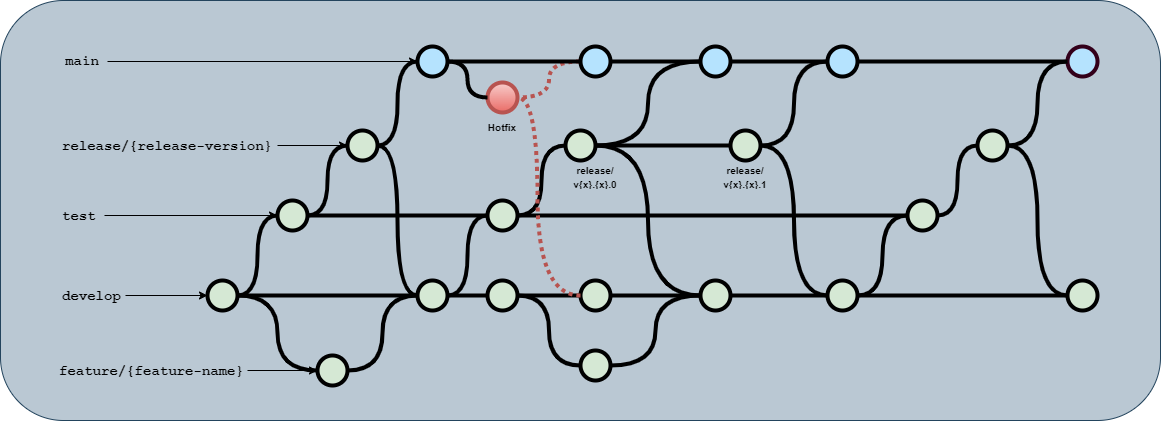
Before: readme-assets/git-model.png, a diagram exported from draw.io (geektechniquestudios/ChessWager). Source tidied: cells renumbered, new cells last; positions are measured from the earlier drawing's top-left corner, leaving out a move shared by most shapes.
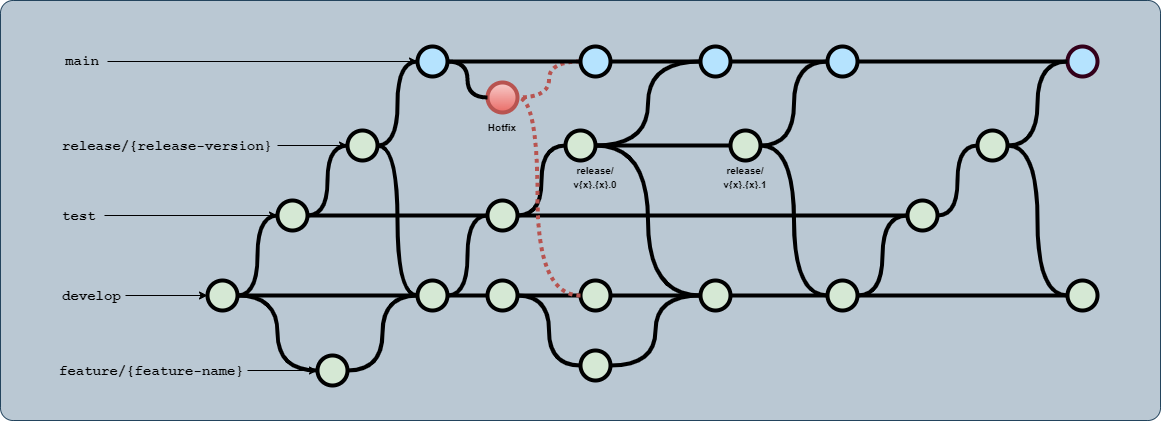
After the commit.

The edit, as a diff of the source:
```diff
@@ -2,7 +2,7 @@
   <root>
     <mxCell id="0" />
     <mxCell id="1" parent="0" />
-    <mxCell id="2" style="rounded=1;whiteSpace=wrap;html=1;fontSize=10;glass=0;fillColor=#bac8d3;strokeColor=#23445d;" parent="1" vertex="1">
+    <mxCell id="2" style="rounded=1;whiteSpace=wrap;html=1;fontSize=10;glass=0;fillColor=#bac8d3;strokeColor=#23445d;arcSize=3;" parent="1" vertex="1">
       <mxGeometry width="1160" height="420" as="geometry" />
     </mxCell>
     <mxCell id="3" value="&lt;font style=&quot;font-size: 10px&quot;&gt;&lt;b&gt;Hotfix&lt;/b&gt;&lt;/font&gt;" style="text;html=1;strokeColor=none;fillColor=none;align=center;verticalAlign=middle;whiteSpace=wrap;overflow=hidden;" parent="1" vertex="1">
```
